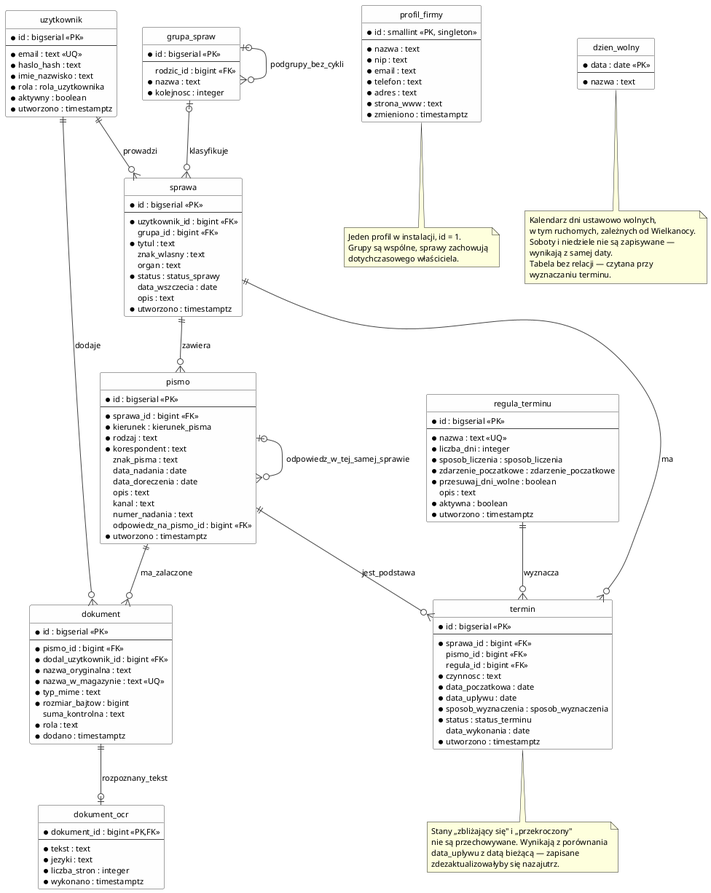
The PlantUML diagram docs/diagramy/model-danych.png in adminroan24/sprawnik, before a commit.
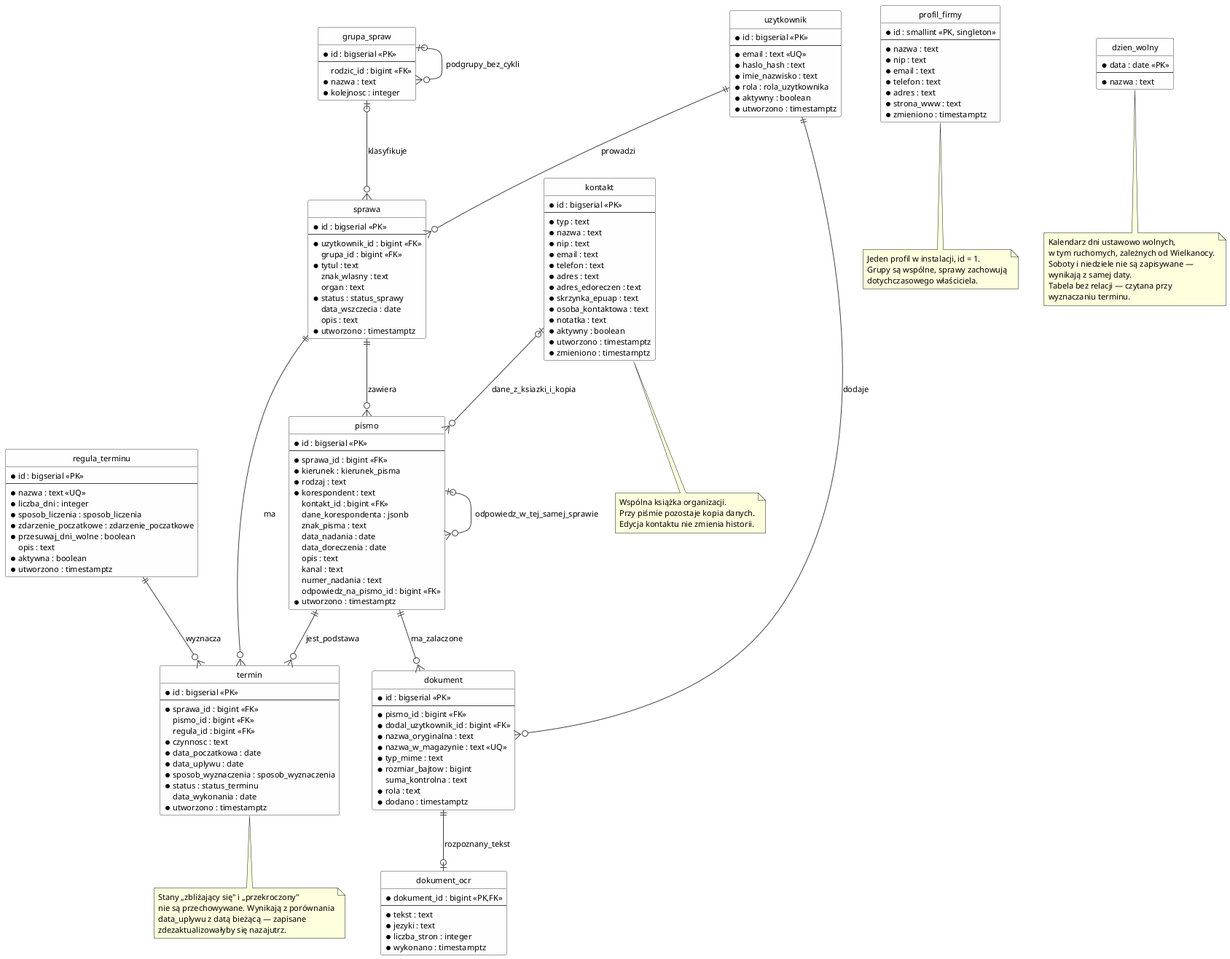
The same diagram one commit later.

Change to the diagram source:
```diff
@@ -55,6 +55,24 @@
   * kolejnosc : integer
 }
 
+entity "kontakt" as kontakt {
+  * id : bigserial <<PK>>
+  --
+  * typ : text
+  * nazwa : text
+  * nip : text
+  * email : text
+  * telefon : text
+  * adres : text
+  * adres_edoreczen : text
+  * skrzynka_epuap : text
+  * osoba_kontaktowa : text
+  * notatka : text
+  * aktywny : boolean
+  * utworzono : timestamptz
+  * zmieniono : timestamptz
+}
+
 entity "pismo" as pismo {
   * id : bigserial <<PK>>
   --
@@ -62,6 +80,8 @@
   * kierunek : kierunek_pisma
   * rodzaj : text
   * korespondent : text
+  kontakt_id : bigint <<FK>>
+  dane_korespondenta : jsonb
   znak_pisma : text
   data_nadania : date
   data_doreczenia : date
@@ -133,6 +153,7 @@
 grupa      |o--o{ sprawa      : klasyfikuje
 uzytkownik ||--o{ sprawa      : prowadzi
 uzytkownik ||--o{ dokument    : dodaje
+kontakt    |o--o{ pismo       : dane_z_ksiazki_i_kopia
 sprawa     ||--o{ pismo       : zawiera
 sprawa     ||--o{ termin      : ma
 pismo      ||--o{ dokument    : ma_zalaczone
@@ -163,4 +184,10 @@
   dotychczasowego właściciela.
 end note
 
+note bottom of kontakt
+  Wspólna książka organizacji.
+  Przy piśmie pozostaje kopia danych.
+  Edycja kontaktu nie zmienia historii.
+end note
+
 @enduml
```
